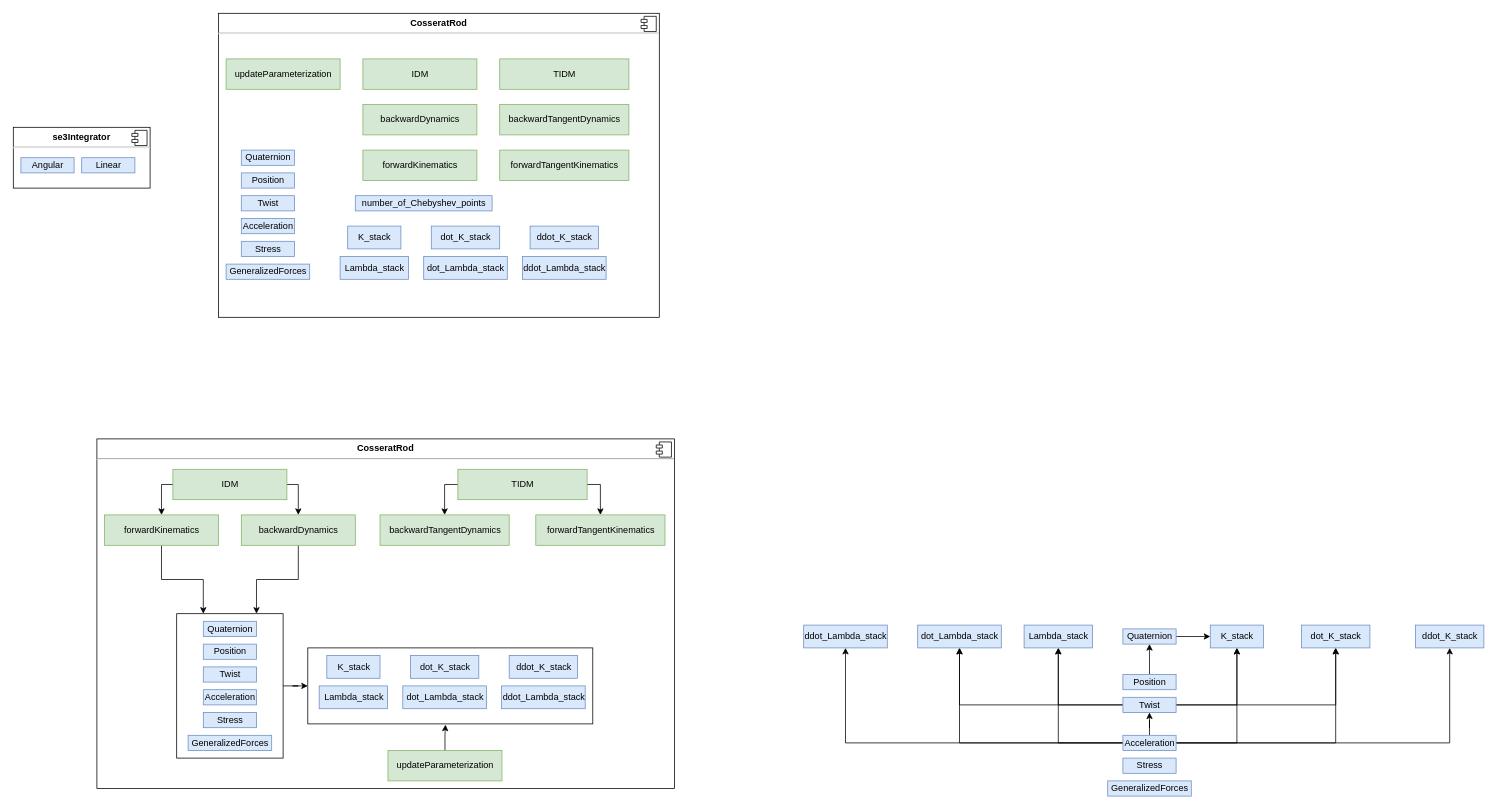
This is UML/Components.drawio from aGotelli/CROSP, a draw.io file, before an edit. Source tidied: cells renumbered, new cells numbered last; positions are measured from the earlier drawing's top-left corner, leaving out a move shared by most shapes. Both pictures are drawn from the tidied source at 76%, with x=0, y=0 at pixel (13, 13).
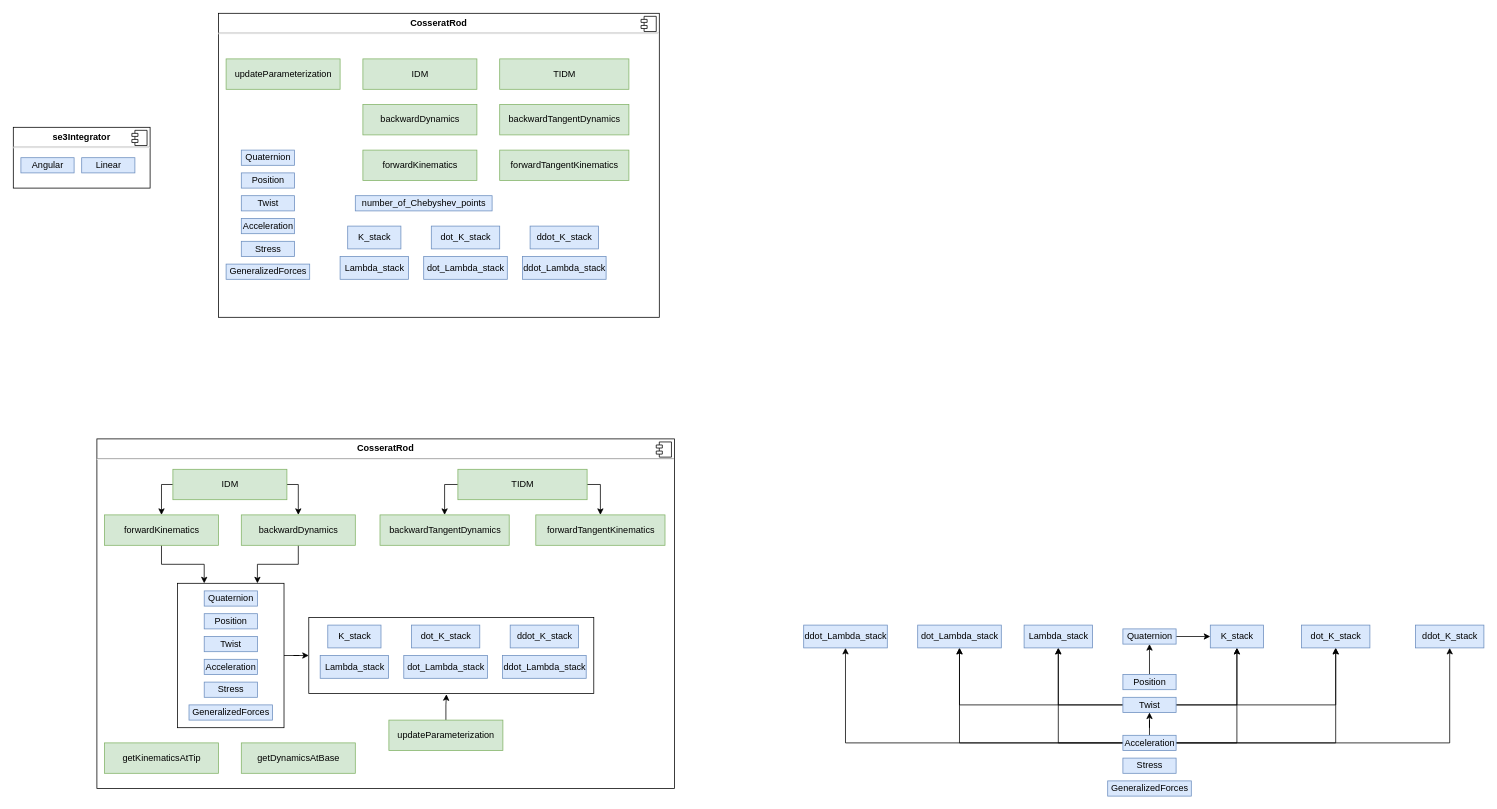
After the change.

Commit message:
update UML structure to be used in NEHA

Diff of the diagram source:
```diff
@@
     <mxCell id="4" style="rounded=0;whiteSpace=wrap;html=1;fillColor=none;" parent="1" vertex="1">
-      <mxGeometry x="215" y="790" width="140" height="190" as="geometry" />
+      <mxGeometry x="216.2" y="750" width="140" height="190" as="geometry" />
     </mxCell>
@@
     <mxCell id="31" value="Quaternion" style="html=1;fillColor=#dae8fc;strokeColor=#6c8ebf;" parent="1" vertex="1">
-      <mxGeometry x="250" y="800" width="70" height="20" as="geometry" />
+      <mxGeometry x="251.2" y="760" width="70" height="20" as="geometry" />
     </mxCell>
     <mxCell id="32" value="Position" style="html=1;fillColor=#dae8fc;strokeColor=#6c8ebf;" parent="1" vertex="1">
-      <mxGeometry x="250" y="830" width="70" height="20" as="geometry" />
+      <mxGeometry x="251.2" y="790" width="70" height="20" as="geometry" />
     </mxCell>
     <mxCell id="33" value="Twist" style="html=1;fillColor=#dae8fc;strokeColor=#6c8ebf;" parent="1" vertex="1">
-      <mxGeometry x="250" y="860" width="70" height="20" as="geometry" />
+      <mxGeometry x="251.2" y="820" width="70" height="20" as="geometry" />
     </mxCell>
     <mxCell id="34" value="Acceleration" style="html=1;fillColor=#dae8fc;strokeColor=#6c8ebf;" parent="1" vertex="1">
-      <mxGeometry x="250" y="890" width="70" height="20" as="geometry" />
+      <mxGeometry x="251.2" y="850" width="70" height="20" as="geometry" />
     </mxCell>
     <mxCell id="35" value="Stress" style="html=1;fillColor=#dae8fc;strokeColor=#6c8ebf;" parent="1" vertex="1">
-      <mxGeometry x="250" y="920" width="70" height="20" as="geometry" />
+      <mxGeometry x="251.2" y="880" width="70" height="20" as="geometry" />
     </mxCell>
     <mxCell id="36" value="GeneralizedForces" style="html=1;fillColor=#dae8fc;strokeColor=#6c8ebf;" parent="1" vertex="1">
-      <mxGeometry x="230" y="950" width="110" height="20" as="geometry" />
+      <mxGeometry x="231.2" y="910" width="110" height="20" as="geometry" />
     </mxCell>
     <mxCell id="37" value="K_stack" style="html=1;fillColor=#dae8fc;strokeColor=#6c8ebf;" parent="1" vertex="1">
-      <mxGeometry x="412.5" y="845" width="70" height="30" as="geometry" />
+      <mxGeometry x="413.8" y="805" width="70" height="30" as="geometry" />
     </mxCell>
     <mxCell id="38" value="Lambda_stack" style="html=1;fillColor=#dae8fc;strokeColor=#6c8ebf;" parent="1" vertex="1">
-      <mxGeometry x="402.5" y="885" width="90" height="30" as="geometry" />
+      <mxGeometry x="403.8" y="845" width="90" height="30" as="geometry" />
     </mxCell>
     <mxCell id="39" value="dot_K_stack" style="html=1;fillColor=#dae8fc;strokeColor=#6c8ebf;" parent="1" vertex="1">
-      <mxGeometry x="522.5" y="845" width="90" height="30" as="geometry" />
+      <mxGeometry x="523.8" y="805" width="90" height="30" as="geometry" />
     </mxCell>
     <mxCell id="40" value="dot_Lambda_stack" style="html=1;fillColor=#dae8fc;strokeColor=#6c8ebf;" parent="1" vertex="1">
-      <mxGeometry x="512.5" y="885" width="110" height="30" as="geometry" />
+      <mxGeometry x="513.8" y="845" width="110" height="30" as="geometry" />
     </mxCell>
     <mxCell id="41" value="ddot_K_stack" style="html=1;fillColor=#dae8fc;strokeColor=#6c8ebf;" parent="1" vertex="1">
-      <mxGeometry x="652.5" y="845" width="90" height="30" as="geometry" />
+      <mxGeometry x="653.8" y="805" width="90" height="30" as="geometry" />
     </mxCell>
     <mxCell id="42" value="ddot_Lambda_stack" style="html=1;fillColor=#dae8fc;strokeColor=#6c8ebf;" parent="1" vertex="1">
-      <mxGeometry x="642.5" y="885" width="110" height="30" as="geometry" />
+      <mxGeometry x="643.8" y="845" width="110" height="30" as="geometry" />
     </mxCell>
@@
     <mxCell id="44" value="updateParameterization" style="html=1;fillColor=#d5e8d4;strokeColor=#82b366;" parent="1" vertex="1">
-      <mxGeometry x="493" y="970" width="150" height="40" as="geometry" />
+      <mxGeometry x="494.2" y="930" width="150" height="40" as="geometry" />
     </mxCell>
@@
     <mxCell id="57" style="rounded=0;whiteSpace=wrap;html=1;fillColor=none;" parent="1" vertex="1">
-      <mxGeometry x="387.5" y="835" width="375" height="100" as="geometry" />
+      <mxGeometry x="388.8" y="795" width="375" height="100" as="geometry" />
     </mxCell>
@@
+    <mxCell id="84" value="getKinematicsAtTip" style="html=1;fillColor=#d5e8d4;strokeColor=#82b366;" parent="1" vertex="1">
+      <mxGeometry x="120" y="960" width="150" height="40" as="geometry" />
+    </mxCell>
+    <mxCell id="85" value="getDynamicsAtBase" style="html=1;fillColor=#d5e8d4;strokeColor=#82b366;" parent="1" vertex="1">
+      <mxGeometry x="300" y="960" width="150" height="40" as="geometry" />
+    </mxCell>
```
